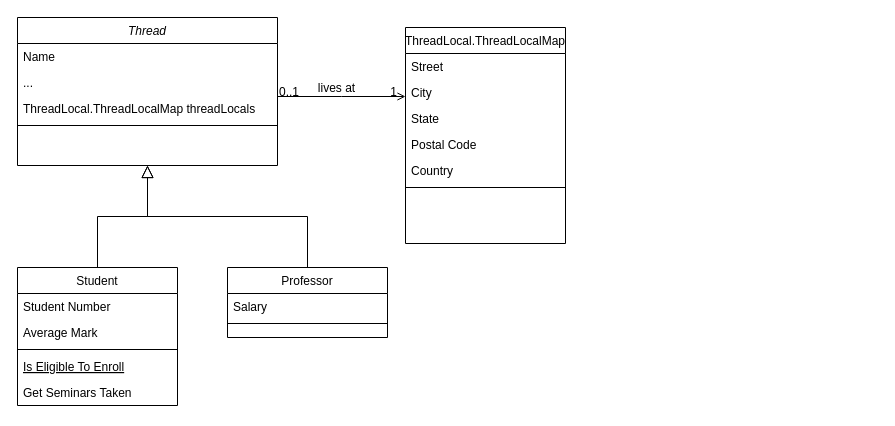
The draw.io diagram ThredLocal.drawio in belizer/whole-diagrams, before the edit. Source tidied: cells renumbered, new cells numbered last; positions are measured from the earlier drawing's top-left corner, leaving out a move shared by most shapes. Both pictures are drawn from the tidied source at 100%, with x=0, y=0 at pixel (17, 17).
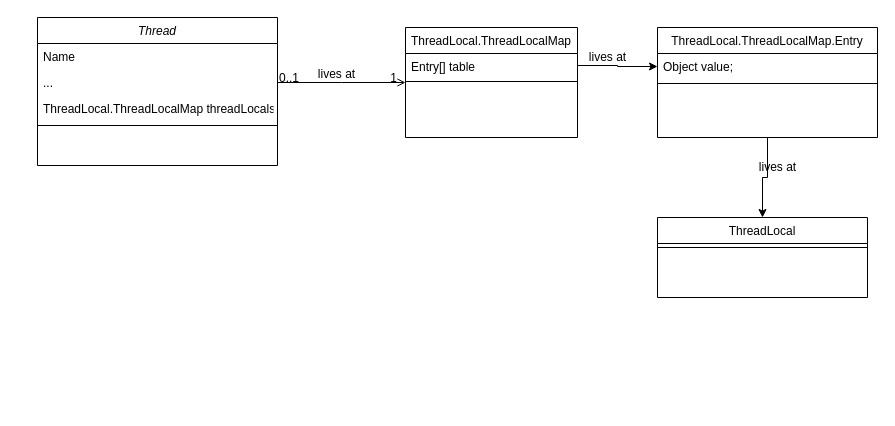
The same diagram, later.

The edit, as a diff of the source:
```diff
@@
     <mxCell id="2" value="Thread" style="swimlane;fontStyle=2;align=center;verticalAlign=top;horizontal=1;startSize=26;rounded=0;shadow=0;strokeWidth=1;" parent="1" vertex="1">
-      <mxGeometry width="260" height="148" as="geometry" />
+      <mxGeometry x="20" width="240" height="148" as="geometry" />
     </mxCell>
     <mxCell id="3" value="Name" style="text;align=left;verticalAlign=top;spacingLeft=4;spacingRight=4;overflow=hidden;" parent="2" vertex="1">
-      <mxGeometry y="26" width="260" height="26" as="geometry" />
+      <mxGeometry y="26" width="240" height="26" as="geometry" />
     </mxCell>
     <mxCell id="4" value="..." style="text;align=left;verticalAlign=top;spacingLeft=4;spacingRight=4;overflow=hidden;rounded=0;shadow=0;html=0;" parent="2" vertex="1">
-      <mxGeometry y="52" width="260" height="26" as="geometry" />
+      <mxGeometry y="52" width="240" height="26" as="geometry" />
     </mxCell>
     <mxCell id="5" value="ThreadLocal.ThreadLocalMap threadLocals" style="text;align=left;verticalAlign=top;spacingLeft=4;spacingRight=4;overflow=hidden;rounded=0;shadow=0;html=0;" parent="2" vertex="1">
-      <mxGeometry y="78" width="260" height="26" as="geometry" />
+      <mxGeometry y="78" width="240" height="26" as="geometry" />
     </mxCell>
     <mxCell id="6" style="line;html=1;strokeWidth=1;align=left;verticalAlign=middle;spacingTop=-1;spacingLeft=3;spacingRight=3;labelPosition=right;" parent="2" vertex="1">
-      <mxGeometry y="104" width="260" height="8" as="geometry" />
+      <mxGeometry y="104" width="240" height="8" as="geometry" />
     </mxCell>
-    <mxCell id="7" value="Student" style="swimlane;fontStyle=0;align=center;verticalAlign=top;horizontal=1;startSize=26;rounded=0;shadow=0;strokeWidth=1;" parent="1" vertex="1">
-      <mxGeometry y="250" width="160" height="138" as="geometry" />
-    </mxCell>
-    <mxCell id="8" value="Student Number" style="text;align=left;verticalAlign=top;spacingLeft=4;spacingRight=4;overflow=hidden;" parent="7" vertex="1">
-      <mxGeometry y="26" width="160" height="26" as="geometry" />
-    </mxCell>
-    <mxCell id="9" value="Average Mark" style="text;align=left;verticalAlign=top;spacingLeft=4;spacingRight=4;overflow=hidden;rounded=0;shadow=0;html=0;" parent="7" vertex="1">
-      <mxGeometry y="52" width="160" height="26" as="geometry" />
-    </mxCell>
-    <mxCell id="10" style="line;html=1;strokeWidth=1;align=left;verticalAlign=middle;spacingTop=-1;spacingLeft=3;spacingRight=3;labelPosition=right;" parent="7" vertex="1">
-      <mxGeometry y="78" width="160" height="8" as="geometry" />
-    </mxCell>
-    <mxCell id="11" value="Is Eligible To Enroll" style="text;align=left;verticalAlign=top;spacingLeft=4;spacingRight=4;overflow=hidden;fontStyle=4;" parent="7" vertex="1">
-      <mxGeometry y="86" width="160" height="26" as="geometry" />
-    </mxCell>
-    <mxCell id="12" value="Get Seminars Taken" style="text;align=left;verticalAlign=top;spacingLeft=4;spacingRight=4;overflow=hidden;" parent="7" vertex="1">
-      <mxGeometry y="112" width="160" height="26" as="geometry" />
-    </mxCell>
-    <mxCell id="13" style="endArrow=block;endSize=10;endFill=0;shadow=0;strokeWidth=1;rounded=0;edgeStyle=elbowEdgeStyle;elbow=vertical;" parent="1" edge="1" source="7" target="2">
-      <mxGeometry relative="1" as="geometry" />
-    </mxCell>
-    <mxCell id="14" value="Professor" style="swimlane;fontStyle=0;align=center;verticalAlign=top;horizontal=1;startSize=26;rounded=0;shadow=0;strokeWidth=1;" parent="1" vertex="1">
-      <mxGeometry x="210" y="250" width="160" height="70" as="geometry" />
-    </mxCell>
-    <mxCell id="15" value="Salary" style="text;align=left;verticalAlign=top;spacingLeft=4;spacingRight=4;overflow=hidden;" parent="14" vertex="1">
-      <mxGeometry y="26" width="160" height="26" as="geometry" />
-    </mxCell>
-    <mxCell id="16" style="line;html=1;strokeWidth=1;align=left;verticalAlign=middle;spacingTop=-1;spacingLeft=3;spacingRight=3;labelPosition=right;" parent="14" vertex="1">
-      <mxGeometry y="52" width="160" height="8" as="geometry" />
-    </mxCell>
-    <mxCell id="17" style="endArrow=block;endSize=10;endFill=0;shadow=0;strokeWidth=1;rounded=0;edgeStyle=elbowEdgeStyle;elbow=vertical;" parent="1" edge="1" source="14" target="2">
-      <mxGeometry relative="1" as="geometry" />
-    </mxCell>
     <mxCell id="18" value="ThreadLocal.ThreadLocalMap" style="swimlane;fontStyle=0;align=center;verticalAlign=top;horizontal=1;startSize=26;rounded=0;shadow=0;strokeWidth=1;" parent="1" vertex="1">
-      <mxGeometry x="388" y="10" width="160" height="216" as="geometry" />
+      <mxGeometry x="388" y="10" width="172" height="110" as="geometry" />
     </mxCell>
-    <mxCell id="19" value="Street" style="text;align=left;verticalAlign=top;spacingLeft=4;spacingRight=4;overflow=hidden;points=[[0,0.5],[1,0.5]];portConstraint=eastwest;" parent="18" vertex="1">
-      <mxGeometry y="26" width="160" height="26" as="geometry" />
+    <mxCell id="19" value="Entry[] table" style="text;align=left;verticalAlign=top;spacingLeft=4;spacingRight=4;overflow=hidden;points=[[0,0.5],[1,0.5]];portConstraint=eastwest;" parent="18" vertex="1">
+      <mxGeometry y="26" width="172" height="24" as="geometry" />
     </mxCell>
-    <mxCell id="20" value="City" style="text;align=left;verticalAlign=top;spacingLeft=4;spacingRight=4;overflow=hidden;rounded=0;shadow=0;html=0;" parent="18" vertex="1">
-      <mxGeometry y="52" width="160" height="26" as="geometry" />
-    </mxCell>
-    <mxCell id="21" value="State" style="text;align=left;verticalAlign=top;spacingLeft=4;spacingRight=4;overflow=hidden;rounded=0;shadow=0;html=0;" parent="18" vertex="1">
-      <mxGeometry y="78" width="160" height="26" as="geometry" />
-    </mxCell>
-    <mxCell id="22" value="Postal Code" style="text;align=left;verticalAlign=top;spacingLeft=4;spacingRight=4;overflow=hidden;rounded=0;shadow=0;html=0;" parent="18" vertex="1">
-      <mxGeometry y="104" width="160" height="26" as="geometry" />
-    </mxCell>
-    <mxCell id="23" value="Country" style="text;align=left;verticalAlign=top;spacingLeft=4;spacingRight=4;overflow=hidden;rounded=0;shadow=0;html=0;" parent="18" vertex="1">
-      <mxGeometry y="130" width="160" height="26" as="geometry" />
-    </mxCell>
     <mxCell id="24" style="line;html=1;strokeWidth=1;align=left;verticalAlign=middle;spacingTop=-1;spacingLeft=3;spacingRight=3;labelPosition=right;" parent="18" vertex="1">
-      <mxGeometry y="156" width="160" height="8" as="geometry" />
+      <mxGeometry y="50" width="172" height="8" as="geometry" />
     </mxCell>
@@
+    <mxCell id="29" style="edgeStyle=orthogonalEdgeStyle;rounded=0;jettySize=auto;html=1;exitX=0.5;exitY=1;exitDx=0;exitDy=0;entryX=0.5;entryY=0;entryDx=0;entryDy=0;" parent="1" edge="1" source="30" target="35">
+      <mxGeometry relative="1" as="geometry" />
+    </mxCell>
+    <mxCell id="30" value="ThreadLocal.ThreadLocalMap.Entry" style="swimlane;fontStyle=0;align=center;verticalAlign=top;horizontal=1;startSize=26;rounded=0;shadow=0;strokeWidth=1;" parent="1" vertex="1">
+      <mxGeometry x="640" y="10" width="220" height="110" as="geometry" />
+    </mxCell>
+    <mxCell id="31" value=" Object value;" style="text;align=left;verticalAlign=top;spacingLeft=4;spacingRight=4;overflow=hidden;points=[[0,0.5],[1,0.5]];portConstraint=eastwest;" parent="30" vertex="1">
+      <mxGeometry y="26" width="220" height="26" as="geometry" />
+    </mxCell>
+    <mxCell id="32" style="line;html=1;strokeWidth=1;align=left;verticalAlign=middle;spacingTop=-1;spacingLeft=3;spacingRight=3;labelPosition=right;" parent="30" vertex="1">
+      <mxGeometry y="52" width="220" height="8" as="geometry" />
+    </mxCell>
+    <mxCell id="33" style="edgeStyle=orthogonalEdgeStyle;rounded=0;jettySize=auto;html=1;entryX=0;entryY=0.5;entryDx=0;entryDy=0;" parent="1" edge="1" source="19" target="31">
+      <mxGeometry relative="1" as="geometry" />
+    </mxCell>
+    <mxCell id="34" value="lives at" style="text;html=1;align=center;verticalAlign=middle;strokeColor=none;fillColor=none;" parent="1" vertex="1">
+      <mxGeometry x="560" y="25" width="60" height="30" as="geometry" />
+    </mxCell>
+    <mxCell id="35" value="ThreadLocal" style="swimlane;fontStyle=0;align=center;verticalAlign=top;horizontal=1;startSize=26;rounded=0;shadow=0;strokeWidth=1;" parent="1" vertex="1">
+      <mxGeometry x="640" y="200" width="210" height="80" as="geometry" />
+    </mxCell>
+    <mxCell id="36" style="line;html=1;strokeWidth=1;align=left;verticalAlign=middle;spacingTop=-1;spacingLeft=3;spacingRight=3;labelPosition=right;" parent="35" vertex="1">
+      <mxGeometry y="26" width="210" height="8" as="geometry" />
+    </mxCell>
+    <mxCell id="37" value="lives at" style="text;html=1;align=center;verticalAlign=middle;strokeColor=none;fillColor=none;" parent="1" vertex="1">
+      <mxGeometry x="730" y="135" width="60" height="30" as="geometry" />
+    </mxCell>
```
